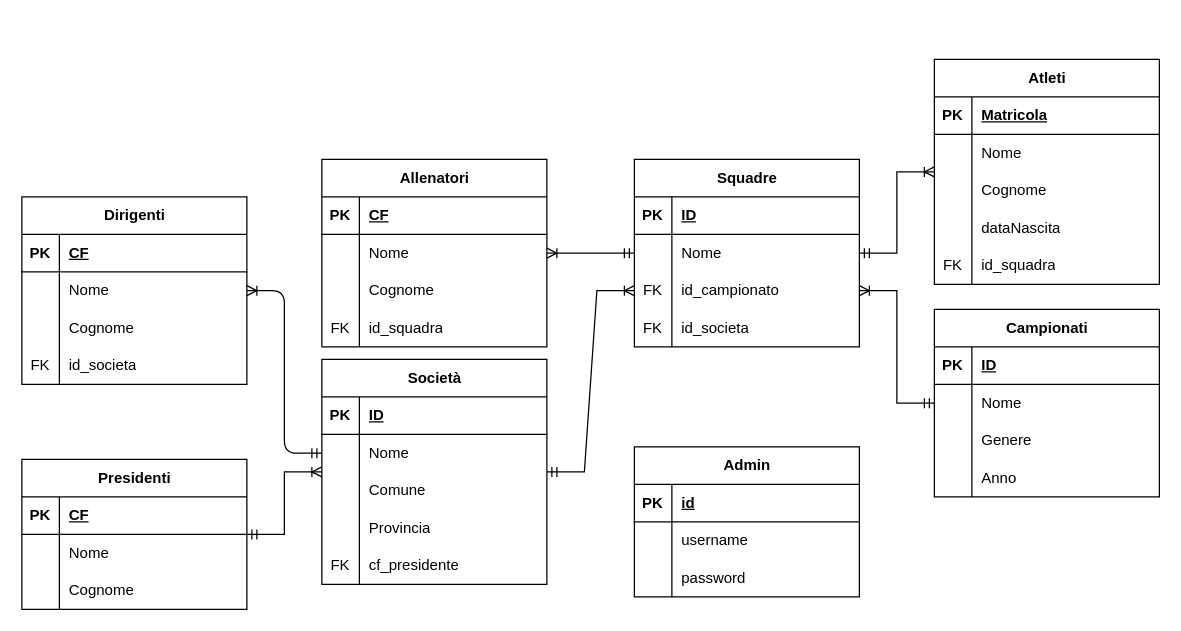
Yuris-Reds/CS_VOLPE keeps this draw.io diagram as CS_VOLPE.drawio. Above is the earlier version. Source tidied: cells renumbered, new cells numbered last; positions are measured from the earlier drawing's top-left corner, leaving out a move shared by most shapes. Both pictures are drawn from the tidied source at 125%, with x=0, y=0 at pixel (21, 59).
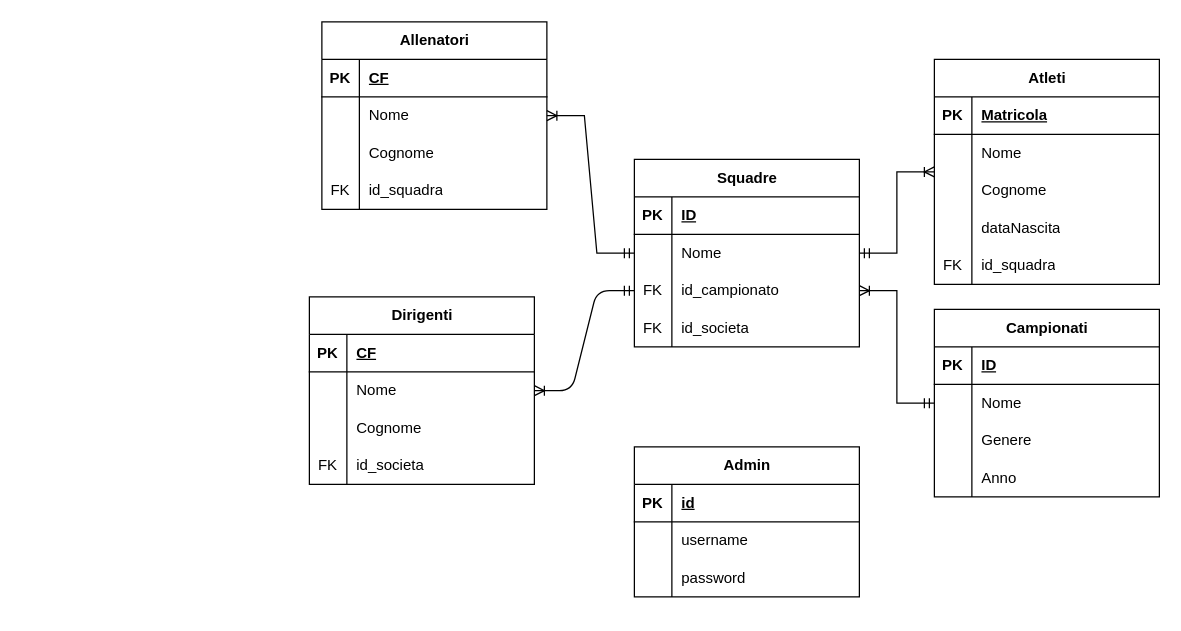
The same page after the edit.

The change refers to these unchanged cells:
```xml
<mxCell id="51" style="shape=tableRow;horizontal=0;startSize=0;swimlaneHead=0;swimlaneBody=0;fillColor=none;points=[[0,0.5],[1,0.5]];portConstraint=eastwest;top=0;left=0;right=0;bottom=0;" parent="44" vertex="1">
  <mxGeometry y="90" width="180" height="30" as="geometry" />
</mxCell>
```

The edit, as a diff of the source:
```diff
@@
-    <mxCell id="2" value="Società" style="shape=table;startSize=30;childLayout=tableLayout;rowLines=0;fontStyle=1;align=center;html=1;" parent="1" vertex="1">
-      <mxGeometry x="240" y="240" width="180" height="180" as="geometry" />
-    </mxCell>
-    <mxCell id="3" style="shape=tableRow;horizontal=0;startSize=0;swimlaneHead=0;swimlaneBody=0;fillColor=none;top=0;left=0;right=0;bottom=1;" parent="2" vertex="1">
-      <mxGeometry y="30" width="180" height="30" as="geometry" />
-    </mxCell>
-    <mxCell id="4" value="PK" style="shape=partialRectangle;fillColor=none;top=0;left=0;bottom=0;right=0;fontStyle=1;overflow=hidden;whiteSpace=wrap;html=1;" parent="3" vertex="1">
-      <mxGeometry width="30" height="30" as="geometry" />
-    </mxCell>
-    <mxCell id="5" value="ID" style="shape=partialRectangle;fillColor=none;top=0;left=0;bottom=0;right=0;align=left;spacingLeft=6;fontStyle=5;overflow=hidden;whiteSpace=wrap;html=1;" parent="3" vertex="1">
-      <mxGeometry x="30" width="150" height="30" as="geometry" />
-    </mxCell>
-    <mxCell id="6" style="shape=tableRow;horizontal=0;startSize=0;swimlaneHead=0;swimlaneBody=0;fillColor=none;points=[[0,0.5],[1,0.5]];portConstraint=eastwest;top=0;left=0;right=0;bottom=0;" parent="2" vertex="1">
-      <mxGeometry y="60" width="180" height="30" as="geometry" />
-    </mxCell>
-    <mxCell id="7" style="shape=partialRectangle;fillColor=none;top=0;left=0;bottom=0;right=0;overflow=hidden;whiteSpace=wrap;html=1;" parent="6" vertex="1">
-      <mxGeometry width="30" height="30" as="geometry" />
-    </mxCell>
-    <mxCell id="8" value="Nome" style="shape=partialRectangle;fillColor=none;top=0;left=0;bottom=0;right=0;align=left;spacingLeft=6;overflow=hidden;whiteSpace=wrap;html=1;" parent="6" vertex="1">
-      <mxGeometry x="30" width="150" height="30" as="geometry" />
-    </mxCell>
-    <mxCell id="9" style="shape=tableRow;horizontal=0;startSize=0;swimlaneHead=0;swimlaneBody=0;fillColor=none;top=0;left=0;right=0;bottom=0;" parent="2" vertex="1">
-      <mxGeometry y="90" width="180" height="30" as="geometry" />
-    </mxCell>
-    <mxCell id="10" style="shape=partialRectangle;fillColor=none;top=0;left=0;bottom=0;right=0;overflow=hidden;whiteSpace=wrap;html=1;" parent="9" vertex="1">
-      <mxGeometry width="30" height="30" as="geometry" />
-    </mxCell>
-    <mxCell id="11" value="Comune" style="shape=partialRectangle;fillColor=none;top=0;left=0;bottom=0;right=0;align=left;spacingLeft=6;overflow=hidden;whiteSpace=wrap;html=1;" parent="9" vertex="1">
-      <mxGeometry x="30" width="150" height="30" as="geometry" />
-    </mxCell>
-    <mxCell id="12" style="shape=tableRow;horizontal=0;startSize=0;swimlaneHead=0;swimlaneBody=0;fillColor=none;top=0;left=0;right=0;bottom=0;" parent="2" vertex="1">
-      <mxGeometry y="120" width="180" height="30" as="geometry" />
-    </mxCell>
-    <mxCell id="13" style="shape=partialRectangle;fillColor=none;top=0;left=0;bottom=0;right=0;overflow=hidden;whiteSpace=wrap;html=1;" parent="12" vertex="1">
-      <mxGeometry width="30" height="30" as="geometry" />
-    </mxCell>
-    <mxCell id="14" value="Provincia" style="shape=partialRectangle;fillColor=none;top=0;left=0;bottom=0;right=0;align=left;spacingLeft=6;overflow=hidden;whiteSpace=wrap;html=1;" parent="12" vertex="1">
-      <mxGeometry x="30" width="150" height="30" as="geometry" />
-    </mxCell>
-    <mxCell id="15" style="shape=tableRow;horizontal=0;startSize=0;swimlaneHead=0;swimlaneBody=0;fillColor=none;top=0;left=0;right=0;bottom=0;" parent="2" vertex="1">
-      <mxGeometry y="150" width="180" height="30" as="geometry" />
-    </mxCell>
-    <mxCell id="16" value="FK" style="shape=partialRectangle;fillColor=none;top=0;left=0;bottom=0;right=0;overflow=hidden;whiteSpace=wrap;html=1;" parent="15" vertex="1">
-      <mxGeometry width="30" height="30" as="geometry" />
-    </mxCell>
-    <mxCell id="17" value="cf_presidente" style="shape=partialRectangle;fillColor=none;top=0;left=0;bottom=0;right=0;align=left;spacingLeft=6;overflow=hidden;whiteSpace=wrap;html=1;" parent="15" vertex="1">
-      <mxGeometry x="30" width="150" height="30" as="geometry" />
-    </mxCell>
@@
     <mxCell id="31" value="Allenatori" style="shape=table;startSize=30;childLayout=tableLayout;rowLines=0;fontStyle=1;align=center;html=1;" parent="1" vertex="1">
-      <mxGeometry x="240" y="80" width="180" height="150" as="geometry" />
+      <mxGeometry x="240" y="-30" width="180" height="150" as="geometry" />
     </mxCell>
@@
-    <mxCell id="57" style="edgeStyle=entityRelationEdgeStyle;fontSize=12;html=1;endArrow=ERoneToMany;startArrow=ERmandOne;rounded=0;" parent="1" edge="1" source="2" target="51">
-      <mxGeometry relative="1" as="geometry" />
-    </mxCell>
     <mxCell id="58" value="Dirigenti" style="shape=table;startSize=30;childLayout=tableLayout;rowLines=0;fontStyle=1;align=center;html=1;" parent="1" vertex="1">
-      <mxGeometry y="110" width="180" height="150" as="geometry" />
+      <mxGeometry x="230" y="190" width="180" height="150" as="geometry" />
     </mxCell>
@@
-    <mxCell id="87" value="Presidenti" style="shape=table;startSize=30;childLayout=tableLayout;rowLines=0;fontStyle=1;align=center;html=1;" parent="1" vertex="1">
-      <mxGeometry y="320" width="180" height="120" as="geometry" />
-    </mxCell>
-    <mxCell id="88" style="shape=tableRow;horizontal=0;startSize=0;swimlaneHead=0;swimlaneBody=0;fillColor=none;top=0;left=0;right=0;bottom=1;" parent="87" vertex="1">
-      <mxGeometry y="30" width="180" height="30" as="geometry" />
-    </mxCell>
-    <mxCell id="89" value="PK" style="shape=partialRectangle;fillColor=none;top=0;left=0;bottom=0;right=0;fontStyle=1;overflow=hidden;whiteSpace=wrap;html=1;" parent="88" vertex="1">
-      <mxGeometry width="30" height="30" as="geometry" />
-    </mxCell>
-    <mxCell id="90" value="CF" style="shape=partialRectangle;fillColor=none;top=0;left=0;bottom=0;right=0;align=left;spacingLeft=6;fontStyle=5;overflow=hidden;whiteSpace=wrap;html=1;" parent="88" vertex="1">
-      <mxGeometry x="30" width="150" height="30" as="geometry" />
-    </mxCell>
-    <mxCell id="91" style="shape=tableRow;horizontal=0;startSize=0;swimlaneHead=0;swimlaneBody=0;fillColor=none;top=0;left=0;right=0;bottom=0;" parent="87" vertex="1">
-      <mxGeometry y="60" width="180" height="30" as="geometry" />
-    </mxCell>
-    <mxCell id="92" style="shape=partialRectangle;fillColor=none;top=0;left=0;bottom=0;right=0;overflow=hidden;whiteSpace=wrap;html=1;" parent="91" vertex="1">
-      <mxGeometry width="30" height="30" as="geometry" />
-    </mxCell>
-    <mxCell id="93" value="Nome" style="shape=partialRectangle;fillColor=none;top=0;left=0;bottom=0;right=0;align=left;spacingLeft=6;overflow=hidden;whiteSpace=wrap;html=1;" parent="91" vertex="1">
-      <mxGeometry x="30" width="150" height="30" as="geometry" />
-    </mxCell>
-    <mxCell id="94" style="shape=tableRow;horizontal=0;startSize=0;swimlaneHead=0;swimlaneBody=0;fillColor=none;top=0;left=0;right=0;bottom=0;" parent="87" vertex="1">
-      <mxGeometry y="90" width="180" height="30" as="geometry" />
-    </mxCell>
-    <mxCell id="95" style="shape=partialRectangle;fillColor=none;top=0;left=0;bottom=0;right=0;overflow=hidden;whiteSpace=wrap;html=1;" parent="94" vertex="1">
-      <mxGeometry width="30" height="30" as="geometry" />
-    </mxCell>
-    <mxCell id="96" value="Cognome" style="shape=partialRectangle;fillColor=none;top=0;left=0;bottom=0;right=0;align=left;spacingLeft=6;overflow=hidden;whiteSpace=wrap;html=1;" parent="94" vertex="1">
-      <mxGeometry x="30" width="150" height="30" as="geometry" />
-    </mxCell>
-    <mxCell id="97" style="edgeStyle=entityRelationEdgeStyle;fontSize=12;html=1;endArrow=ERoneToMany;startArrow=ERmandOne;rounded=0;" parent="1" edge="1" source="87" target="2">
-      <mxGeometry relative="1" as="geometry" />
-    </mxCell>
@@
-    <mxCell id="101" style="edgeStyle=entityRelationEdgeStyle;fontSize=12;html=1;endArrow=ERoneToMany;startArrow=ERmandOne;" parent="1" edge="1" source="6" target="58">
+    <mxCell id="101" style="edgeStyle=entityRelationEdgeStyle;fontSize=12;html=1;endArrow=ERoneToMany;startArrow=ERmandOne;exitX=0;exitY=0.5;exitDx=0;exitDy=0;" parent="1" edge="1" source="51" target="58">
       <mxGeometry relative="1" as="geometry" />
     </mxCell>
```
